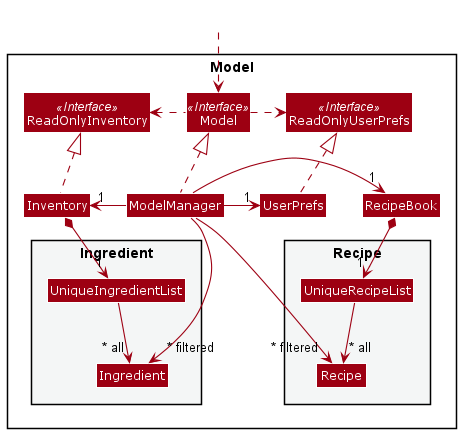
pattan9955/tp keeps this PlantUML diagram as docs/images/ModelClassDiagram.png. Above is the earlier version.
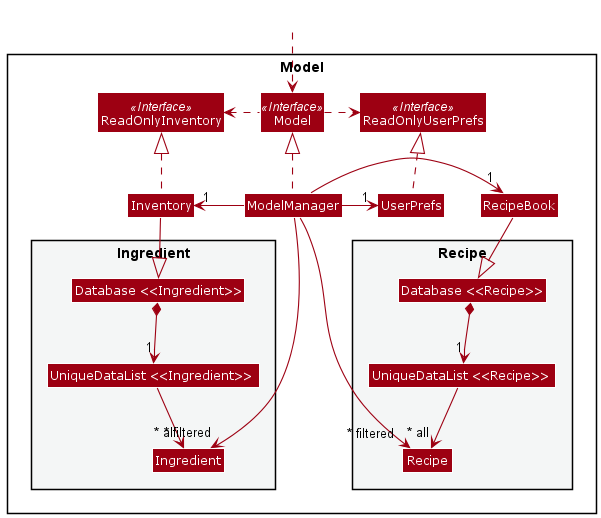
After the change.

Diff of the diagram source:
```diff
@@ -18,12 +18,14 @@
 
 
 Package Ingredient <<Rectangle>> #F4F6F6 {
-Class UniqueIngredientList
+Class "Database <<Ingredient>>" as IngredientDatabase
+Class "UniqueDataList <<Ingredient>> " as UniqueIngredientList
 Class Ingredient
 }
 
 Package Recipe <<Rectangle>> #F4F6F6 {
-Class UniqueRecipeList
+Class "Database <<Recipe>>" as RecipeDatabase
+Class "UniqueDataList <<Recipe>> " as UniqueRecipeList
 Class Recipe
 }
 
@@ -42,11 +44,13 @@
 ModelManager -right-> "1" UserPrefs
 UserPrefs .up.|> ReadOnlyUserPrefs
 
-Inventory *--> "1" UniqueIngredientList
+Inventory --|> IngredientDatabase
+IngredientDatabase *--> "1" UniqueIngredientList
 UniqueIngredientList --> "~* all" Ingredient
 
 
-RecipeBook *--> "1" UniqueRecipeList
+RecipeBook --|> RecipeDatabase
+RecipeDatabase *--> "1" UniqueRecipeList
 UniqueRecipeList --> "~* all" Recipe
 
 
```
